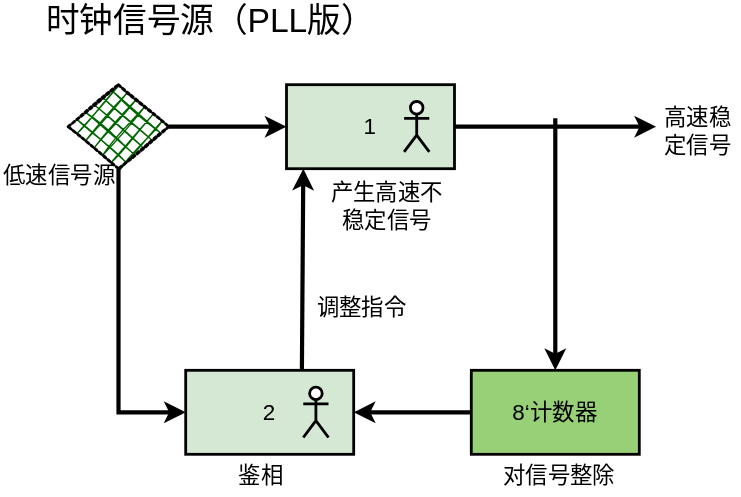
Above: humanmachine/clock.drawio.svg in Raspberry-NQ/human-8bit-CPU (draw.io), before the change. Source tidied: cells renumbered, new cells last; positions are measured from the earlier drawing's top-left corner, leaving out a move shared by most shapes.
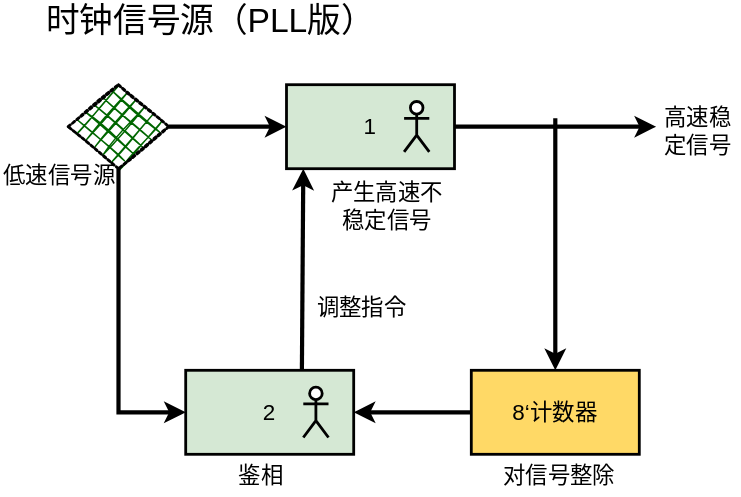
The same diagram one commit later.

The edit, as a diff of the source:
```diff
@@ -36,7 +36,7 @@
         <mxPoint x="396" y="264" as="targetPoint" />
       </mxGeometry>
     </mxCell>
-    <mxCell id="11" value="8‘计数器" style="rounded=0;whiteSpace=wrap;html=1;fillStyle=auto;fontSize=16;strokeWidth=2;fillColor=#97D077;" parent="1" vertex="1">
+    <mxCell id="11" value="8‘计数器" style="rounded=0;whiteSpace=wrap;html=1;fillStyle=auto;fontSize=16;strokeWidth=2;fillColor=#FFD966;" parent="1" vertex="1">
       <mxGeometry x="336" y="264" width="120" height="60" as="geometry" />
     </mxCell>
     <mxCell id="12" value="2" style="rounded=0;whiteSpace=wrap;html=1;fillStyle=auto;fontSize=16;strokeWidth=2;fillColor=#D5E8D4;" parent="1" vertex="1">
```
